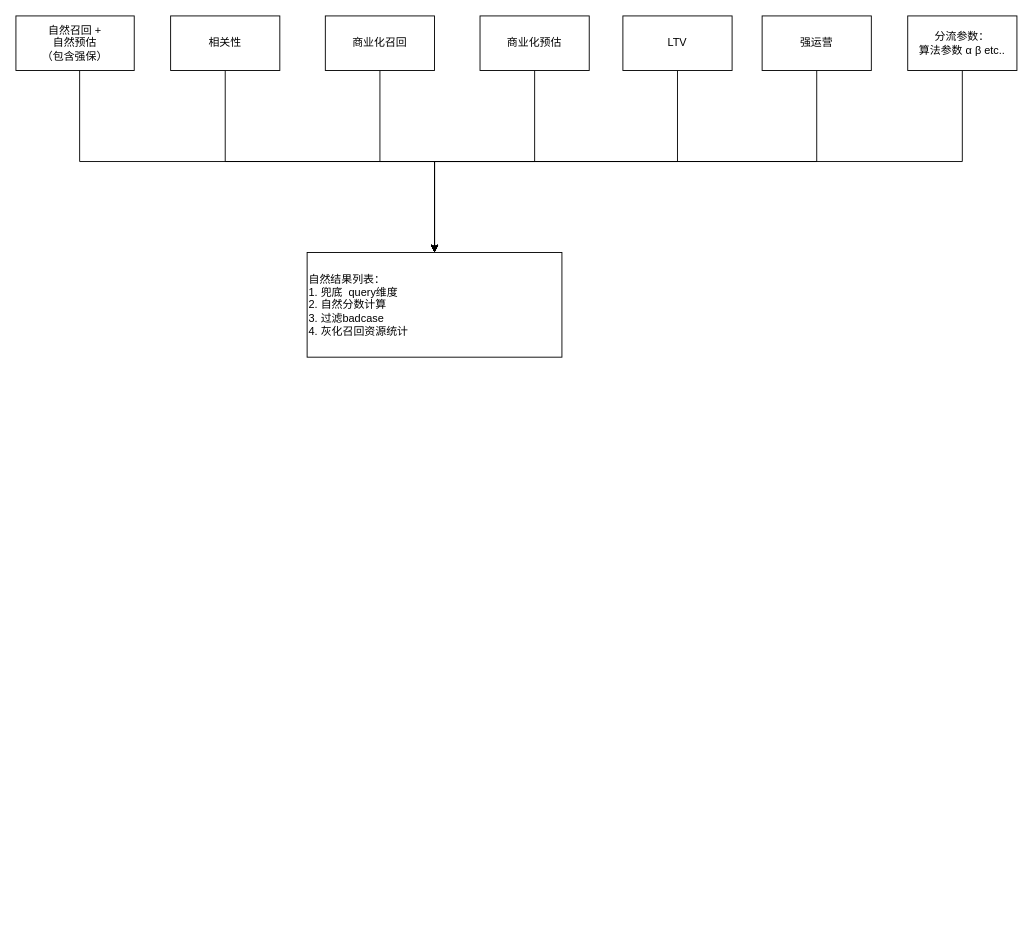
Above: 搜索混排.drawio in ETHAN0430/draw.io.repo (draw.io), before the change. Source tidied: cells renumbered, new cells numbered last; positions are measured from the earlier drawing's top-left corner, leaving out a move shared by most shapes. Both pictures are drawn from the tidied source at 91%, with x=0, y=0 at pixel (15, 15).
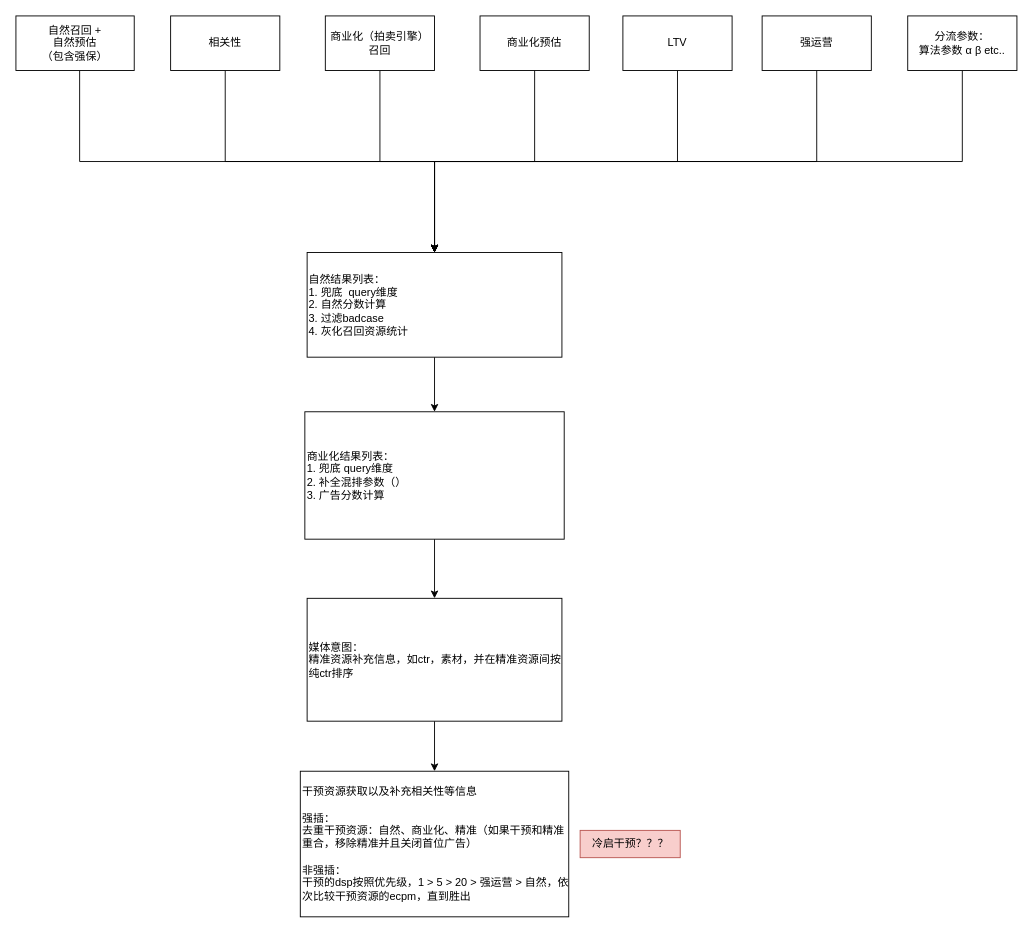
The same diagram, later.

Commit message:
更新搜索混排.drawio

Unchanged cells that the change refers to:
```xml
<mxCell id="14" value="&lt;div style=&quot;&quot;&gt;&lt;span style=&quot;background-color: initial;&quot;&gt;自然结果列表：&lt;/span&gt;&lt;/div&gt;1.&amp;nbsp;兜底&amp;nbsp; query维度&lt;br&gt;2. 自然分数计算&lt;br&gt;3. 过滤badcase&lt;br&gt;4. 灰化召回资源统计" style="whiteSpace=wrap;html=1;rounded=0;align=left;" parent="1" vertex="1">
  <mxGeometry x="320" y="260" width="280" height="115" as="geometry" />
</mxCell>
```

The edit, as a diff of the source:
```diff
@@
-    <mxCell id="7" value="商业化召回" style="rounded=0;whiteSpace=wrap;html=1;" parent="1" vertex="1">
+    <mxCell id="7" value="商业化（拍卖引擎）召回" style="rounded=0;whiteSpace=wrap;html=1;" parent="1" vertex="1">
       <mxGeometry x="340" width="120" height="60" as="geometry" />
     </mxCell>
@@
+    <mxCell id="17" style="edgeStyle=orthogonalEdgeStyle;rounded=0;jettySize=auto;html=1;" parent="1" edge="1" source="14" target="19">
+      <mxGeometry relative="1" as="geometry" />
+    </mxCell>
@@
+    <mxCell id="18" style="edgeStyle=orthogonalEdgeStyle;rounded=0;jettySize=auto;html=1;" parent="1" edge="1" source="19" target="21">
+      <mxGeometry relative="1" as="geometry" />
+    </mxCell>
+    <mxCell id="19" value="商业化结果列表：&lt;br&gt;1. 兜底 query维度&lt;br&gt;2. 补全混排参数（）&lt;br&gt;3. 广告分数计算" style="whiteSpace=wrap;html=1;align=left;rounded=0;" parent="1" vertex="1">
+      <mxGeometry x="317.5" y="435" width="285" height="140" as="geometry" />
+    </mxCell>
+    <mxCell id="20" style="edgeStyle=orthogonalEdgeStyle;rounded=0;jettySize=auto;html=1;" parent="1" edge="1" source="21" target="22">
+      <mxGeometry relative="1" as="geometry" />
+    </mxCell>
+    <mxCell id="21" value="媒体意图：&lt;br&gt;精准资源补充信息，如ctr，素材，并在精准资源间按纯ctr排序" style="whiteSpace=wrap;html=1;align=left;rounded=0;" parent="1" vertex="1">
+      <mxGeometry x="320" y="640" width="280" height="135" as="geometry" />
+    </mxCell>
+    <mxCell id="22" value="干预资源获取以及补充相关性等信息&lt;br&gt;&lt;br&gt;强插：&lt;br&gt;去重干预资源：自然、商业化、精准（如果干预和精准重合，移除精准并且关闭首位广告）&lt;br&gt;&lt;br&gt;非强插：&lt;br&gt;干预的dsp按照优先级，1 &amp;gt; 5 &amp;gt; 20 &amp;gt; 强运营 &amp;gt; 自然，依次比较干预资源的ecpm，直到胜出" style="whiteSpace=wrap;html=1;align=left;rounded=0;" parent="1" vertex="1">
+      <mxGeometry x="312.5" y="830" width="295" height="160" as="geometry" />
+    </mxCell>
+    <mxCell id="23" value="冷启干预？？？" style="text;html=1;align=center;verticalAlign=middle;strokeColor=#b85450;fillColor=#f8cecc;" parent="1" vertex="1">
+      <mxGeometry x="620" y="895" width="110" height="30" as="geometry" />
+    </mxCell>
```
